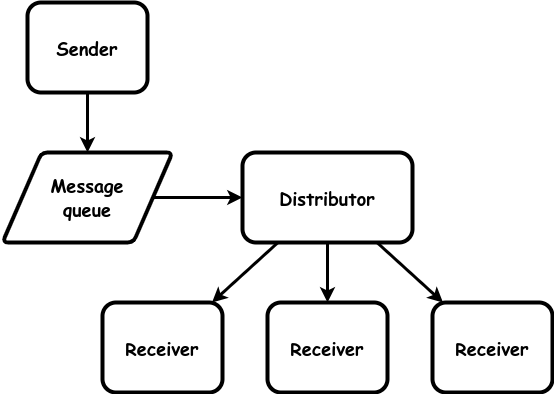
garfix/architectural-patterns keeps this draw.io diagram as images/message-queue.drawio.png. Above is the earlier version. Source tidied: cells renumbered, new cells last; positions are measured from the earlier drawing's top-left corner, leaving out a move shared by most shapes.
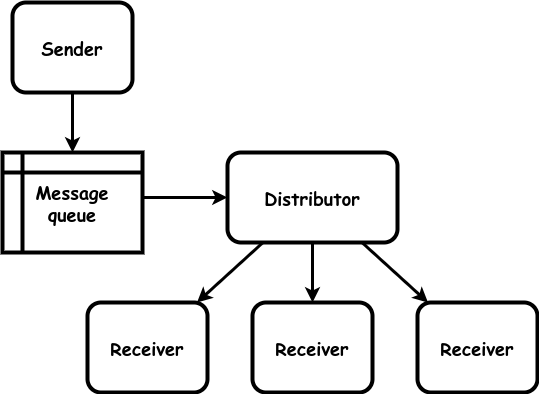
Later version of the same file.

The edit, as a diff of the source:
```diff
@@ -11,15 +11,14 @@
     <mxCell id="4" style="endArrow=none;startArrow=classic;html=1;rounded=0;strokeWidth=3;endFill=0;" parent="1" edge="1" source="3" target="6">
       <mxGeometry relative="1" as="geometry" />
     </mxCell>
-    <mxCell id="5" style="endArrow=none;startArrow=classic;html=1;rounded=0;strokeWidth=3;endFill=0;" parent="1" edge="1" source="7" target="2">
-      <mxGeometry relative="1" as="geometry" />
+    <mxCell id="5" style="endArrow=none;startArrow=classic;html=1;rounded=0;strokeWidth=3;endFill=0;" parent="1" edge="1" target="2">
+      <mxGeometry relative="1" as="geometry">
+        <mxPoint x="85" y="150" as="sourcePoint" />
+      </mxGeometry>
     </mxCell>
     <mxCell id="6" value="&lt;b style=&quot;font-size: 18px;&quot;&gt;Distributor&lt;br&gt;&lt;/b&gt;" style="rounded=1;whiteSpace=wrap;html=1;strokeWidth=4;fontFamily=Comic Sans MS;fontSize=18;" parent="1" vertex="1">
       <mxGeometry x="240" y="150" width="170" height="90" as="geometry" />
     </mxCell>
-    <mxCell id="7" value="&lt;font face=&quot;Comic Sans MS&quot; style=&quot;font-size: 18px;&quot;&gt;Message&lt;br&gt;queue&lt;br&gt;&lt;/font&gt;" style="shape=parallelogram;html=1;strokeWidth=4;perimeter=parallelogramPerimeter;whiteSpace=wrap;rounded=1;arcSize=12;size=0.23;fontStyle=1;fontSize=18;" parent="1" vertex="1">
-      <mxGeometry y="150" width="170" height="90" as="geometry" />
-    </mxCell>
     <mxCell id="8" value="&lt;b style=&quot;border-color: var(--border-color);&quot;&gt;Receiver&lt;/b&gt;&lt;b style=&quot;font-size: 18px;&quot;&gt;&lt;br&gt;&lt;/b&gt;" style="rounded=1;whiteSpace=wrap;html=1;strokeWidth=4;fontFamily=Comic Sans MS;fontSize=18;" parent="1" vertex="1">
       <mxGeometry x="430" y="300" width="120" height="90" as="geometry" />
     </mxCell>
@@ -32,8 +31,13 @@
     <mxCell id="11" value="&lt;b style=&quot;font-size: 18px;&quot;&gt;Receiver&lt;br&gt;&lt;/b&gt;" style="rounded=1;whiteSpace=wrap;html=1;strokeWidth=4;fontFamily=Comic Sans MS;fontSize=18;" parent="1" vertex="1">
       <mxGeometry x="100" y="300" width="120" height="90" as="geometry" />
     </mxCell>
-    <mxCell id="12" style="endArrow=none;startArrow=classic;html=1;rounded=0;strokeWidth=3;endFill=0;" parent="1" edge="1" source="6" target="7">
-      <mxGeometry relative="1" as="geometry" />
+    <mxCell id="12" style="endArrow=none;startArrow=classic;html=1;rounded=0;strokeWidth=3;endFill=0;" parent="1" edge="1" source="6">
+      <mxGeometry relative="1" as="geometry">
+        <mxPoint x="150.5" y="195" as="targetPoint" />
+      </mxGeometry>
     </mxCell>
+    <mxCell id="7" value="Message&lt;br&gt;queue" style="shape=internalStorage;whiteSpace=wrap;html=1;backgroundOutline=1;strokeWidth=4;fontSize=18;fontFamily=Comic Sans MS;fontStyle=1;" parent="1" vertex="1">
+      <mxGeometry x="15" y="150" width="140" height="100" as="geometry" />
+    </mxCell>
   </root>
 </mxGraphModel>
```
